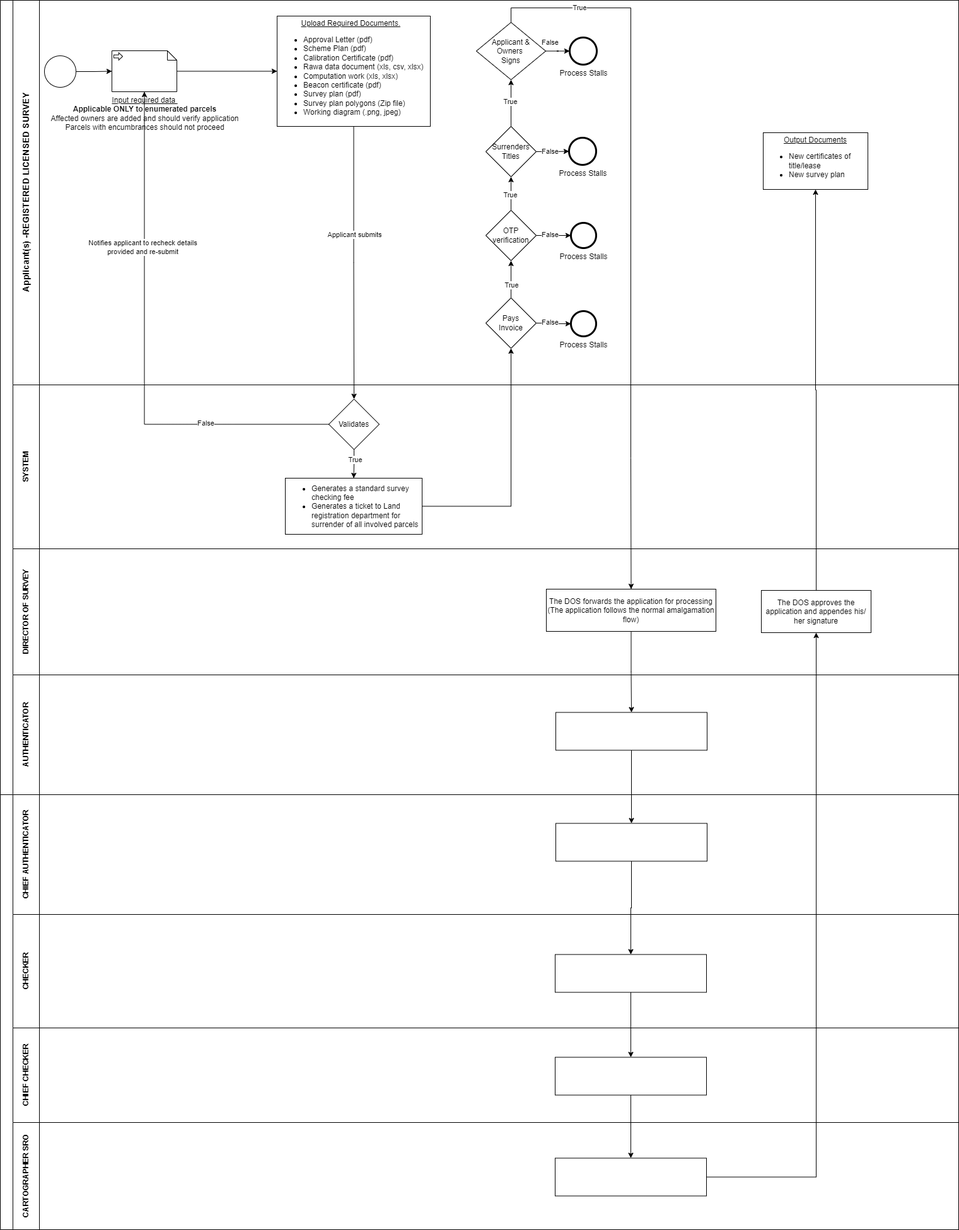
pascalokoth/BPMN keeps this draw.io diagram as Change of common boundary.drawio.png. Above is the earlier version. Source tidied: cells renumbered, new cells last; positions are measured from the earlier drawing's top-left corner, leaving out a move shared by most shapes.
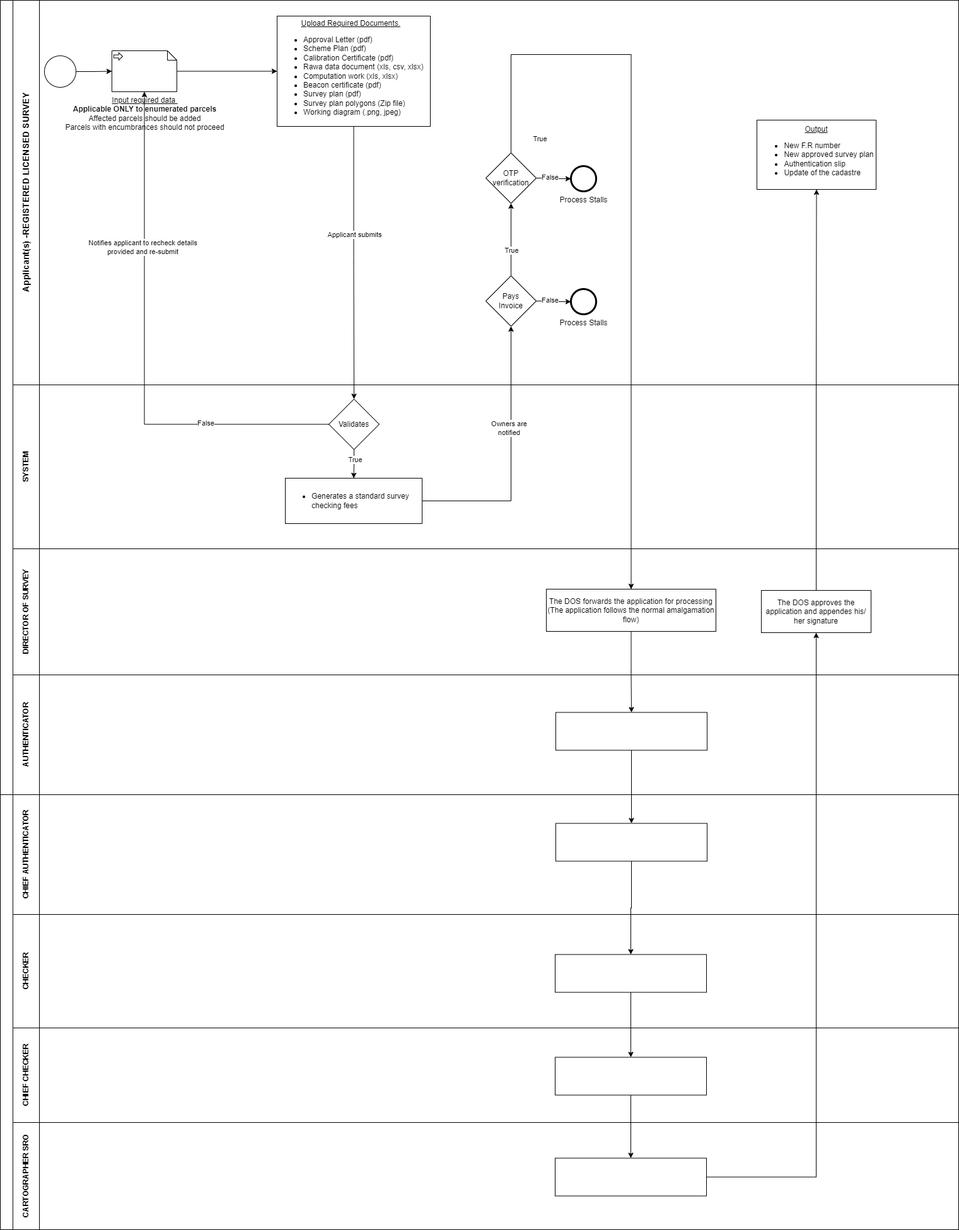
After the commit.

Change to the diagram source:
```diff
@@ -26,15 +26,9 @@
     <mxCell id="9" style="edgeStyle=orthogonalEdgeStyle;rounded=0;jettySize=auto;html=1;" parent="5" edge="1" source="10" target="8">
       <mxGeometry relative="1" as="geometry" />
     </mxCell>
-    <mxCell id="10" value="&lt;u&gt;Input required data&amp;nbsp;&lt;br&gt;&lt;/u&gt;&lt;b&gt;Applicable ONLY to enumerated parcels&lt;br&gt;&lt;/b&gt;&lt;span style=&quot;background-color: initial;&quot;&gt;Affected owners are added and should verify application&lt;br&gt;Parcels with encumbrances should not proceed&lt;br&gt;&lt;/span&gt;" style="shape=mxgraph.bpmn.data;labelPosition=center;verticalLabelPosition=bottom;align=center;verticalAlign=top;size=15;html=1;bpmnTransferType=input;" parent="5" vertex="1">
+    <mxCell id="10" value="&lt;u&gt;Input required data&amp;nbsp;&lt;br&gt;&lt;/u&gt;&lt;b&gt;Applicable ONLY to enumerated parcels&lt;br&gt;&lt;/b&gt;&lt;span style=&quot;background-color: initial;&quot;&gt;Affected parcels should be added&lt;br&gt;Parcels with encumbrances should not proceed&lt;br&gt;&lt;/span&gt;" style="shape=mxgraph.bpmn.data;labelPosition=center;verticalLabelPosition=bottom;align=center;verticalAlign=top;size=15;html=1;bpmnTransferType=input;" parent="5" vertex="1">
       <mxGeometry x="157" y="80" width="103" height="65" as="geometry" />
     </mxCell>
-    <mxCell id="11" style="edgeStyle=orthogonalEdgeStyle;rounded=0;jettySize=auto;html=1;" parent="5" edge="1" source="15" target="20">
-      <mxGeometry relative="1" as="geometry" />
-    </mxCell>
-    <mxCell id="12" value="True" style="edgeLabel;html=1;align=center;verticalAlign=middle;" parent="11" vertex="1">
-      <mxGeometry x="-0.05" y="2" relative="1" as="geometry" />
-    </mxCell>
     <mxCell id="13" style="edgeStyle=orthogonalEdgeStyle;rounded=0;jettySize=auto;html=1;" parent="5" edge="1" source="15" target="17">
       <mxGeometry relative="1" as="geometry" />
     </mxCell>
@@ -44,27 +38,13 @@
       </mxGeometry>
     </mxCell>
     <mxCell id="15" value="OTP verification" style="rhombus;whiteSpace=wrap;html=1;align=center;" parent="5" vertex="1">
-      <mxGeometry x="750" y="333" width="80" height="80" as="geometry" />
+      <mxGeometry x="750" y="242" width="80" height="80" as="geometry" />
     </mxCell>
-    <mxCell id="16" value="Process Stalls" style="points=[[0.145,0.145,0],[0.5,0,0],[0.855,0.145,0],[1,0.5,0],[0.855,0.855,0],[0.5,1,0],[0.145,0.855,0],[0,0.5,0]];shape=mxgraph.bpmn.event;html=1;verticalLabelPosition=bottom;labelBackgroundColor=#ffffff;verticalAlign=top;align=center;perimeter=ellipsePerimeter;outlineConnect=0;outline=end;symbol=terminate2;" parent="5" vertex="1">
-      <mxGeometry x="882" y="218" width="43" height="43" as="geometry" />
-    </mxCell>
     <mxCell id="17" value="Process Stalls" style="points=[[0.145,0.145,0],[0.5,0,0],[0.855,0.145,0],[1,0.5,0],[0.855,0.855,0],[0.5,1,0],[0.145,0.855,0],[0,0.5,0]];shape=mxgraph.bpmn.event;html=1;verticalLabelPosition=bottom;labelBackgroundColor=#ffffff;verticalAlign=top;align=center;perimeter=ellipsePerimeter;outlineConnect=0;outline=end;symbol=terminate2;" parent="5" vertex="1">
-      <mxGeometry x="885" y="353" width="40" height="40" as="geometry" />
+      <mxGeometry x="885" y="263" width="40" height="40" as="geometry" />
     </mxCell>
-    <mxCell id="18" style="edgeStyle=orthogonalEdgeStyle;rounded=0;jettySize=auto;html=1;" parent="5" edge="1" source="20" target="16">
-      <mxGeometry relative="1" as="geometry" />
-    </mxCell>
-    <mxCell id="19" value="False" style="edgeLabel;html=1;align=center;verticalAlign=middle;" parent="18" vertex="1">
-      <mxGeometry x="-0.35" y="1" relative="1" as="geometry">
-        <mxPoint x="4" as="offset" />
-      </mxGeometry>
-    </mxCell>
-    <mxCell id="20" value="Surrenders&lt;br&gt;Titles" style="rhombus;whiteSpace=wrap;html=1;" parent="5" vertex="1">
-      <mxGeometry x="750" y="200" width="80" height="80" as="geometry" />
-    </mxCell>
-    <mxCell id="21" value="&lt;u&gt;Output Documents&lt;/u&gt;&lt;br&gt;&lt;ul style=&quot;&quot;&gt;&lt;li style=&quot;text-align: left;&quot;&gt;New certificates of title/lease&lt;/li&gt;&lt;li style=&quot;text-align: left;&quot;&gt;New survey plan&lt;/li&gt;&lt;/ul&gt;" style="whiteSpace=wrap;html=1;" parent="5" vertex="1">
-      <mxGeometry x="1190" y="210" width="166" height="90" as="geometry" />
+    <mxCell id="21" value="&lt;u style=&quot;border-color: var(--border-color);&quot;&gt;Output&lt;br style=&quot;border-color: var(--border-color);&quot;&gt;&lt;/u&gt;&lt;ul style=&quot;border-color: var(--border-color);&quot;&gt;&lt;li style=&quot;border-color: var(--border-color); text-align: left;&quot;&gt;New F.R number&lt;/li&gt;&lt;li style=&quot;border-color: var(--border-color); text-align: left;&quot;&gt;New approved survey plan&lt;/li&gt;&lt;li style=&quot;border-color: var(--border-color); text-align: left;&quot;&gt;Authentication slip&lt;/li&gt;&lt;li style=&quot;border-color: var(--border-color); text-align: left;&quot;&gt;Update of the cadastre&lt;/li&gt;&lt;/ul&gt;" style="whiteSpace=wrap;html=1;" parent="5" vertex="1">
+      <mxGeometry x="1180" y="190" width="189" height="110" as="geometry" />
     </mxCell>
     <mxCell id="22" value="SYSTEM" style="swimlane;html=1;startSize=42;horizontal=0;" parent="2" vertex="1">
       <mxGeometry x="20" y="610" width="1500" height="260" as="geometry" />
@@ -72,8 +52,8 @@
     <mxCell id="23" value="Validates" style="rhombus;whiteSpace=wrap;html=1;align=center;" parent="22" vertex="1">
       <mxGeometry x="501" y="22.5" width="80" height="80" as="geometry" />
     </mxCell>
-    <mxCell id="24" value="&lt;ul&gt;&lt;li&gt;Generates a standard survey checking fee&lt;/li&gt;&lt;li&gt;Generates a ticket to Land registration department for surrender of all involved parcels&lt;/li&gt;&lt;/ul&gt;" style="whiteSpace=wrap;html=1;align=left;" parent="22" vertex="1">
-      <mxGeometry x="432" y="148" width="217" height="89" as="geometry" />
+    <mxCell id="24" value="&lt;ul&gt;&lt;li&gt;Generates a standard survey checking fees&lt;/li&gt;&lt;/ul&gt;" style="whiteSpace=wrap;html=1;align=left;" parent="22" vertex="1">
+      <mxGeometry x="432" y="148" width="217" height="72" as="geometry" />
     </mxCell>
     <mxCell id="25" style="edgeStyle=orthogonalEdgeStyle;rounded=0;jettySize=auto;html=1;" parent="22" edge="1" source="23" target="24">
       <mxGeometry relative="1" as="geometry" />
@@ -99,42 +79,23 @@
     <mxCell id="32" style="whiteSpace=wrap;html=1;" parent="31" vertex="1">
       <mxGeometry x="861" y="59.5" width="240" height="60" as="geometry" />
     </mxCell>
-    <mxCell id="33" style="edgeStyle=orthogonalEdgeStyle;rounded=0;jettySize=auto;html=1;" parent="1" edge="1" source="34" target="37">
-      <mxGeometry relative="1" as="geometry" />
-    </mxCell>
-    <mxCell id="34" value="Applicant &amp;amp;&lt;br&gt;Owners&amp;nbsp;&lt;br&gt;Signs" style="rhombus;whiteSpace=wrap;html=1;" parent="1" vertex="1">
-      <mxGeometry x="755" y="35" width="110" height="91" as="geometry" />
-    </mxCell>
-    <mxCell id="35" style="edgeStyle=orthogonalEdgeStyle;rounded=0;jettySize=auto;html=1;" parent="1" edge="1" source="20" target="34">
-      <mxGeometry relative="1" as="geometry" />
-    </mxCell>
-    <mxCell id="36" value="True" style="edgeLabel;html=1;align=center;verticalAlign=middle;" parent="35" vertex="1">
-      <mxGeometry x="0.07" y="2" relative="1" as="geometry" />
-    </mxCell>
-    <mxCell id="37" value="Process Stalls" style="points=[[0.145,0.145,0],[0.5,0,0],[0.855,0.145,0],[1,0.5,0],[0.855,0.855,0],[0.5,1,0],[0.145,0.855,0],[0,0.5,0]];shape=mxgraph.bpmn.event;html=1;verticalLabelPosition=bottom;labelBackgroundColor=#ffffff;verticalAlign=top;align=center;perimeter=ellipsePerimeter;outlineConnect=0;outline=end;symbol=terminate2;" parent="1" vertex="1">
-      <mxGeometry x="903" y="59" width="43" height="43" as="geometry" />
-    </mxCell>
-    <mxCell id="38" value="False" style="edgeLabel;html=1;align=center;verticalAlign=middle;" parent="1" vertex="1">
-      <mxGeometry x="871.8" y="66" as="geometry" />
-    </mxCell>
     <mxCell id="39" style="edgeStyle=orthogonalEdgeStyle;rounded=0;jettySize=auto;html=1;" parent="1" edge="1" source="40" target="32">
       <mxGeometry relative="1" as="geometry" />
     </mxCell>
     <mxCell id="40" value="The DOS forwards the application for processing&lt;br&gt;(The application follows the normal amalgamation flow)" style="whiteSpace=wrap;html=1;align=center;" parent="1" vertex="1">
       <mxGeometry x="866" y="934" width="269" height="67" as="geometry" />
     </mxCell>
-    <mxCell id="41" style="edgeStyle=orthogonalEdgeStyle;rounded=0;jettySize=auto;html=1;exitX=0.5;exitY=0;exitDx=0;exitDy=0;entryX=0.5;entryY=0;entryDx=0;entryDy=0;" parent="1" edge="1" source="34" target="40">
+    <mxCell id="41" style="edgeStyle=orthogonalEdgeStyle;rounded=0;jettySize=auto;html=1;exitX=0.5;exitY=0;exitDx=0;exitDy=0;entryX=0.5;entryY=0;entryDx=0;entryDy=0;" parent="1" edge="1" source="15" target="40">
       <mxGeometry relative="1" as="geometry">
         <Array as="points">
-          <mxPoint x="810" y="12" />
-          <mxPoint x="1000" y="12" />
-          <mxPoint x="1000" y="726" />
+          <mxPoint x="810" y="86" />
+          <mxPoint x="1001" y="86" />
         </Array>
       </mxGeometry>
     </mxCell>
     <mxCell id="42" value="True" style="edgeLabel;html=1;align=center;verticalAlign=middle;" parent="41" vertex="1">
       <mxGeometry x="-0.63" y="2" relative="1" as="geometry">
-        <mxPoint x="-80" y="1" as="offset" />
+        <mxPoint x="-21" y="135" as="offset" />
       </mxGeometry>
     </mxCell>
     <mxCell id="43" style="edgeStyle=orthogonalEdgeStyle;rounded=0;jettySize=auto;html=1;entryX=0.5;entryY=0;entryDx=0;entryDy=0;exitX=0.5;exitY=1;exitDx=0;exitDy=0;" parent="1" edge="1" source="32" target="45">
@@ -179,14 +140,17 @@
       <mxGeometry x="-0.29" relative="1" as="geometry" />
     </mxCell>
     <mxCell id="56" value="Pays&lt;br&gt;&amp;nbsp;Invoice&amp;nbsp;" style="rhombus;whiteSpace=wrap;html=1;align=center;" parent="1" vertex="1">
-      <mxGeometry x="770" y="472" width="80" height="80" as="geometry" />
+      <mxGeometry x="770" y="437" width="80" height="80" as="geometry" />
     </mxCell>
     <mxCell id="57" value="Process Stalls" style="points=[[0.145,0.145,0],[0.5,0,0],[0.855,0.145,0],[1,0.5,0],[0.855,0.855,0],[0.5,1,0],[0.145,0.855,0],[0,0.5,0]];shape=mxgraph.bpmn.event;html=1;verticalLabelPosition=bottom;labelBackgroundColor=#ffffff;verticalAlign=top;align=center;perimeter=ellipsePerimeter;outlineConnect=0;outline=end;symbol=terminate2;" parent="1" vertex="1">
-      <mxGeometry x="905" y="493" width="40" height="40" as="geometry" />
+      <mxGeometry x="905" y="458" width="40" height="40" as="geometry" />
     </mxCell>
     <mxCell id="58" style="edgeStyle=orthogonalEdgeStyle;rounded=0;jettySize=auto;html=1;entryX=0.5;entryY=1;entryDx=0;entryDy=0;" parent="1" edge="1" source="24" target="56">
       <mxGeometry relative="1" as="geometry" />
     </mxCell>
+    <mxCell id="81" value="Owners are &lt;br&gt;notified" style="edgeLabel;html=1;align=center;verticalAlign=middle;" parent="58" vertex="1">
+      <mxGeometry x="0.23" y="4" relative="1" as="geometry" />
+    </mxCell>
     <mxCell id="59" style="swimlane;html=1;horizontal=0;startSize=20;whiteSpace=wrap;" parent="1" vertex="1">
       <mxGeometry y="1260" width="1520" height="690" as="geometry" />
     </mxCell>
```
